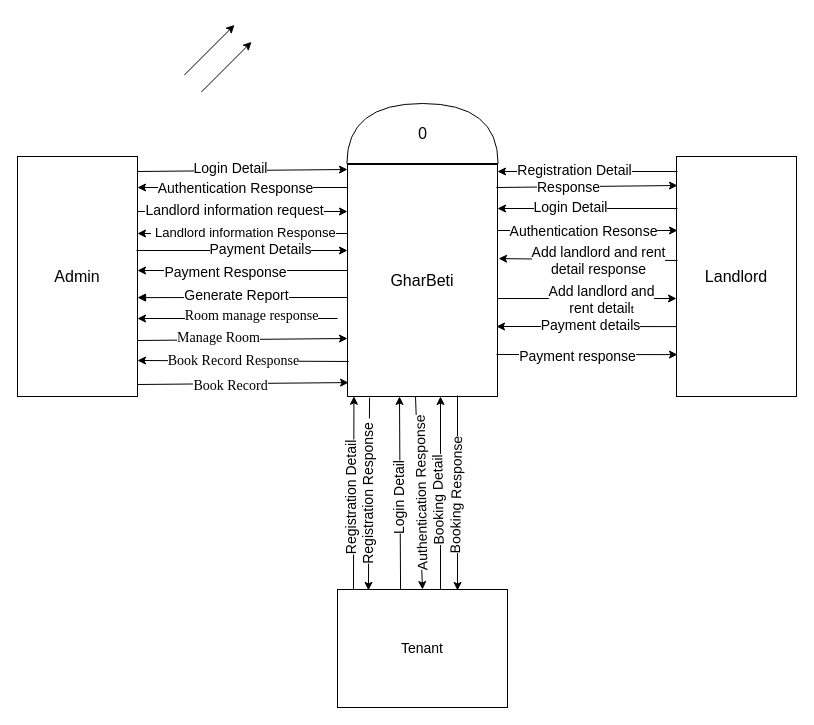
Above: page "Context Diagram" (3 of 7) of GharBeti(Diagrams).drawio in Sbdpratik/gharbeti (draw.io), before the change. Source tidied: cells renumbered, new cells numbered last; positions are measured from the earlier drawing's top-left corner, leaving out a move shared by most shapes. Both pictures are drawn from the tidied source at 100%, with x=0, y=0 at pixel (17, 24).
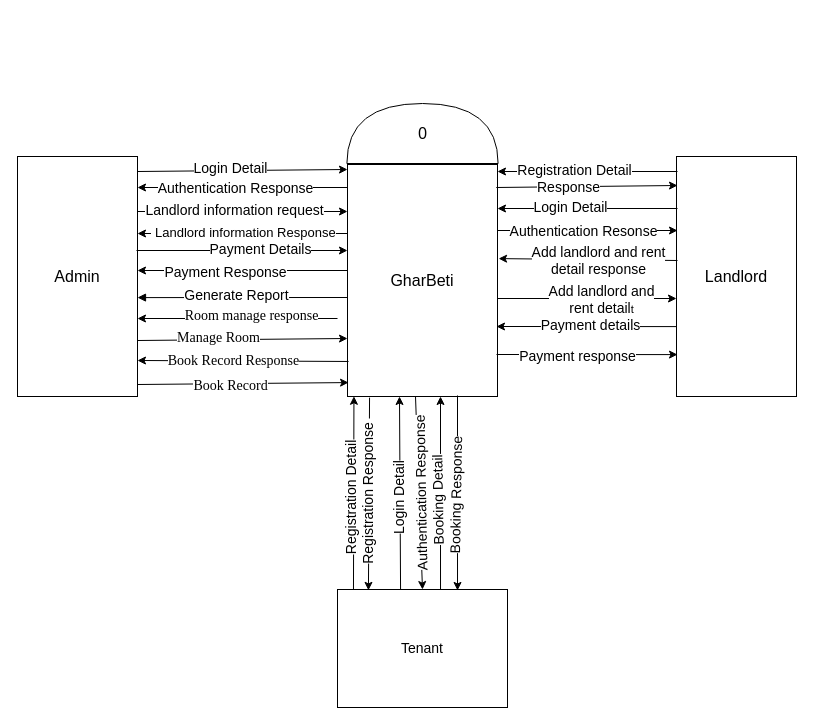
The same page after the edit.

Change to the diagram source:
```diff
@@
-    <mxCell id="50" style="endArrow=classic;html=1;" parent="1" edge="1">
-      <mxGeometry relative="1" as="geometry">
-        <mxPoint x="167" y="50.4" as="sourcePoint" />
-        <mxPoint x="217" y="0.4" as="targetPoint" />
-      </mxGeometry>
-    </mxCell>
-    <mxCell id="51" style="endArrow=classic;html=1;" parent="1" edge="1">
-      <mxGeometry relative="1" as="geometry">
-        <mxPoint x="184" y="67.4" as="sourcePoint" />
-        <mxPoint x="234" y="17.4" as="targetPoint" />
-      </mxGeometry>
-    </mxCell>
```
